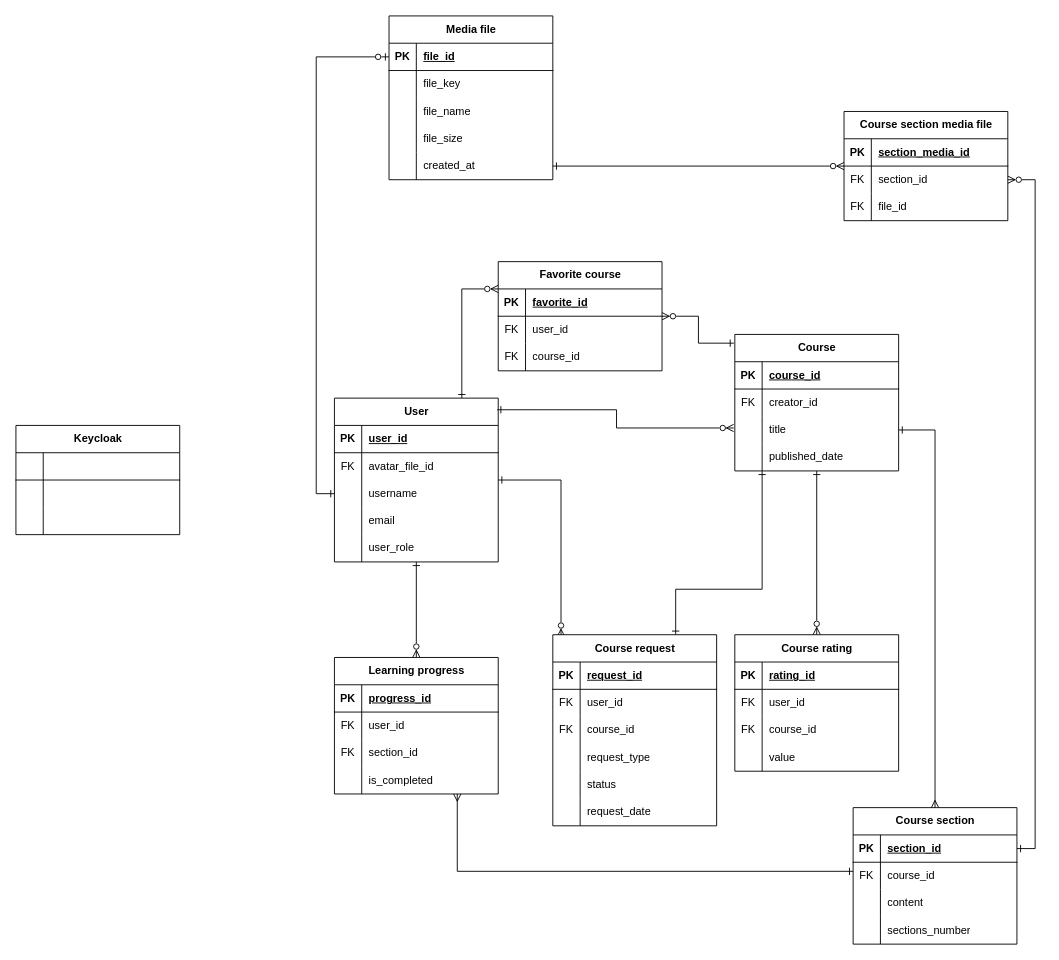
This is diagrams/ER diagram/ER diagram.drawio from sahland/9.5-Team, a draw.io file, before an edit. Source tidied: cells renumbered, new cells numbered last; positions are measured from the earlier drawing's top-left corner, leaving out a move shared by most shapes. Both pictures are drawn from the tidied source at 91%, with x=0, y=0 at pixel (15, 15).
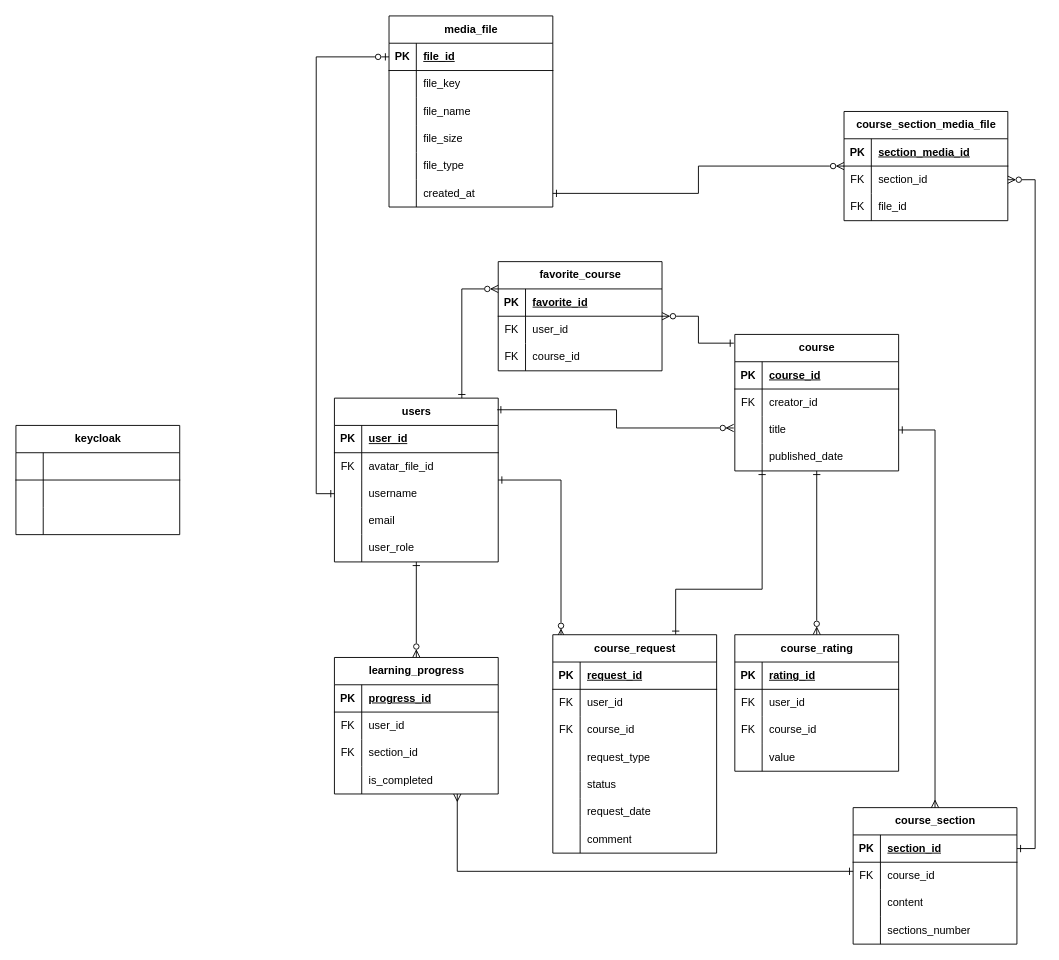
Above is the later version.

Commit message (it also covers changes not shown here):
fix: er diagram and physical date model

The edit, as a diff of the source:
```diff
@@
-    <mxCell id="5" value="User" style="shape=table;startSize=30;childLayout=tableLayout;rowLines=0;fontStyle=1;align=center;html=1;" parent="1" vertex="1">
+    <mxCell id="5" value="users" style="shape=table;startSize=30;childLayout=tableLayout;rowLines=0;fontStyle=1;align=center;html=1;" parent="1" vertex="1">
       <mxGeometry x="350" y="420" width="180" height="180" as="geometry" />
     </mxCell>
@@
-    <mxCell id="23" value="Course" style="shape=table;startSize=30;childLayout=tableLayout;rowLines=0;fontStyle=1;align=center;html=1;" parent="1" vertex="1">
+    <mxCell id="23" value="course" style="shape=table;startSize=30;childLayout=tableLayout;rowLines=0;fontStyle=1;align=center;html=1;" parent="1" vertex="1">
       <mxGeometry x="790" y="350" width="180" height="150" as="geometry" />
     </mxCell>
@@
-    <mxCell id="36" value="Course section" style="shape=table;startSize=30;childLayout=tableLayout;rowLines=0;fontStyle=1;align=center;html=1;" parent="1" vertex="1">
+    <mxCell id="36" value="course_section" style="shape=table;startSize=30;childLayout=tableLayout;rowLines=0;fontStyle=1;align=center;html=1;" parent="1" vertex="1">
       <mxGeometry x="920" y="870" width="180" height="150" as="geometry" />
     </mxCell>
@@
-    <mxCell id="49" value="Course rating" style="shape=table;startSize=30;childLayout=tableLayout;rowLines=0;fontStyle=1;align=center;html=1;" parent="1" vertex="1">
+    <mxCell id="49" value="course_rating" style="shape=table;startSize=30;childLayout=tableLayout;rowLines=0;fontStyle=1;align=center;html=1;" parent="1" vertex="1">
       <mxGeometry x="790" y="680" width="180" height="150" as="geometry" />
     </mxCell>
@@
-    <mxCell id="62" value="Favorite course" style="shape=table;startSize=30;childLayout=tableLayout;rowLines=0;fontStyle=1;align=center;html=1;" parent="1" vertex="1">
+    <mxCell id="62" value="favorite_course" style="shape=table;startSize=30;childLayout=tableLayout;rowLines=0;fontStyle=1;align=center;html=1;" parent="1" vertex="1">
       <mxGeometry x="530" y="270" width="180" height="120" as="geometry" />
     </mxCell>
@@
-    <mxCell id="72" value="Learning progress" style="shape=table;startSize=30;childLayout=tableLayout;rowLines=0;fontStyle=1;align=center;html=1;" parent="1" vertex="1">
+    <mxCell id="72" value="learning_progress" style="shape=table;startSize=30;childLayout=tableLayout;rowLines=0;fontStyle=1;align=center;html=1;" parent="1" vertex="1">
       <mxGeometry x="350" y="705" width="180" height="150" as="geometry" />
     </mxCell>
@@
-    <mxCell id="86" value="Course request" style="shape=table;startSize=30;childLayout=tableLayout;rowLines=0;fontStyle=1;align=center;html=1;" parent="1" vertex="1">
-      <mxGeometry x="590" y="680" width="180" height="210" as="geometry" />
+    <mxCell id="86" value="course_request" style="shape=table;startSize=30;childLayout=tableLayout;rowLines=0;fontStyle=1;align=center;html=1;" parent="1" vertex="1">
+      <mxGeometry x="590" y="680" width="180" height="240" as="geometry" />
     </mxCell>
@@
+    <mxCell id="147" style="shape=tableRow;horizontal=0;startSize=0;swimlaneHead=0;swimlaneBody=0;fillColor=none;top=0;left=0;right=0;bottom=0;" parent="86" vertex="1">
+      <mxGeometry y="210" width="180" height="30" as="geometry" />
+    </mxCell>
+    <mxCell id="148" style="shape=partialRectangle;fillColor=none;top=0;left=0;bottom=0;right=0;overflow=hidden;whiteSpace=wrap;html=1;" parent="147" vertex="1">
+      <mxGeometry width="30" height="30" as="geometry" />
+    </mxCell>
+    <mxCell id="149" value="comment" style="shape=partialRectangle;fillColor=none;top=0;left=0;bottom=0;right=0;align=left;spacingLeft=6;overflow=hidden;whiteSpace=wrap;html=1;" parent="147" vertex="1">
+      <mxGeometry x="30" width="150" height="30" as="geometry" />
+    </mxCell>
@@
-    <mxCell id="109" value="Media file" style="shape=table;startSize=30;childLayout=tableLayout;rowLines=0;fontStyle=1;align=center;html=1;" parent="1" vertex="1">
-      <mxGeometry x="410" width="180" height="180" as="geometry" />
+    <mxCell id="109" value="media_file" style="shape=table;startSize=30;childLayout=tableLayout;rowLines=0;fontStyle=1;align=center;html=1;" parent="1" vertex="1">
+      <mxGeometry x="410" width="180" height="210" as="geometry" />
     </mxCell>
@@
+    <mxCell id="150" style="shape=tableRow;horizontal=0;startSize=0;swimlaneHead=0;swimlaneBody=0;fillColor=none;top=0;left=0;right=0;bottom=0;" parent="109" vertex="1">
+      <mxGeometry y="150" width="180" height="30" as="geometry" />
+    </mxCell>
+    <mxCell id="151" style="shape=partialRectangle;fillColor=none;top=0;left=0;bottom=0;right=0;overflow=hidden;whiteSpace=wrap;html=1;" parent="150" vertex="1">
+      <mxGeometry width="30" height="30" as="geometry" />
+    </mxCell>
+    <mxCell id="152" value="file_type" style="shape=partialRectangle;fillColor=none;top=0;left=0;bottom=0;right=0;align=left;spacingLeft=6;overflow=hidden;whiteSpace=wrap;html=1;" parent="150" vertex="1">
+      <mxGeometry x="30" width="150" height="30" as="geometry" />
+    </mxCell>
     <mxCell id="122" style="shape=tableRow;horizontal=0;startSize=0;swimlaneHead=0;swimlaneBody=0;fillColor=none;points=[[0,0.5],[1,0.5]];portConstraint=eastwest;top=0;left=0;right=0;bottom=0;" parent="109" vertex="1">
-      <mxGeometry y="150" width="180" height="30" as="geometry" />
+      <mxGeometry y="180" width="180" height="30" as="geometry" />
     </mxCell>
@@
-    <mxCell id="125" value="Course section media file" style="shape=table;startSize=30;childLayout=tableLayout;rowLines=0;fontStyle=1;align=center;html=1;" parent="1" vertex="1">
+    <mxCell id="125" value="course_section_media_file" style="shape=table;startSize=30;childLayout=tableLayout;rowLines=0;fontStyle=1;align=center;html=1;" parent="1" vertex="1">
       <mxGeometry x="910" y="105" width="180" height="120" as="geometry" />
     </mxCell>
@@
-    <mxCell id="137" value="Keycloak" style="shape=table;startSize=30;childLayout=tableLayout;rowLines=0;fontStyle=1;align=center;html=1;" parent="1" vertex="1">
+    <mxCell id="137" value="keycloak" style="shape=table;startSize=30;childLayout=tableLayout;rowLines=0;fontStyle=1;align=center;html=1;" parent="1" vertex="1">
       <mxGeometry y="450" width="180" height="120" as="geometry" />
     </mxCell>
```
